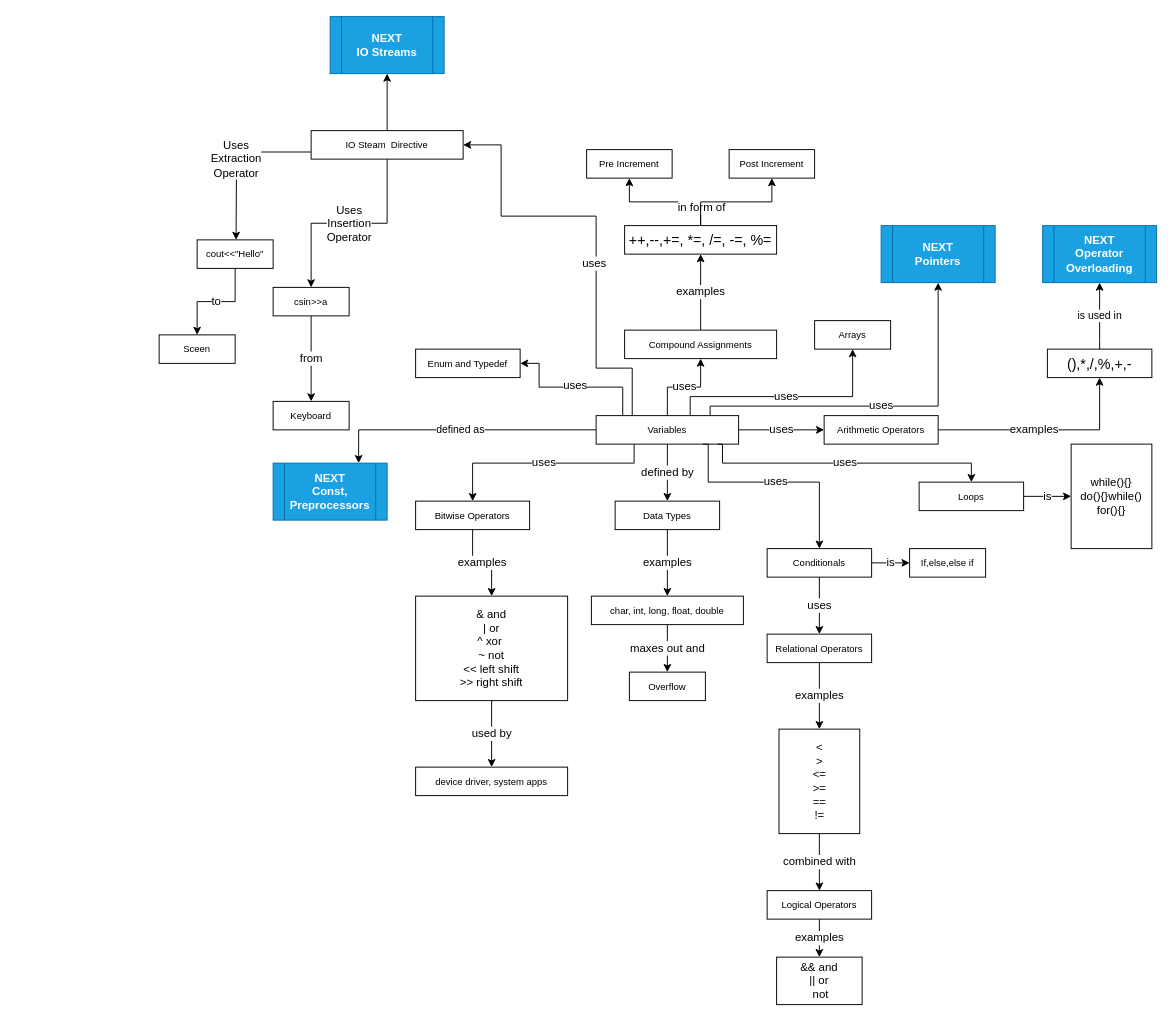
Above: page "MindMap C++ (1)" (2 of 17) of revision/Supplementary/Mindmapcpp.drawio in BSCdfdff/LearnCppProgramming (draw.io), before the change. Source tidied: cells renumbered, new cells numbered last; positions are measured from the earlier drawing's top-left corner, leaving out a move shared by most shapes. Both pictures are drawn from the tidied source at 95%, with x=0, y=0 at pixel (159, 16).
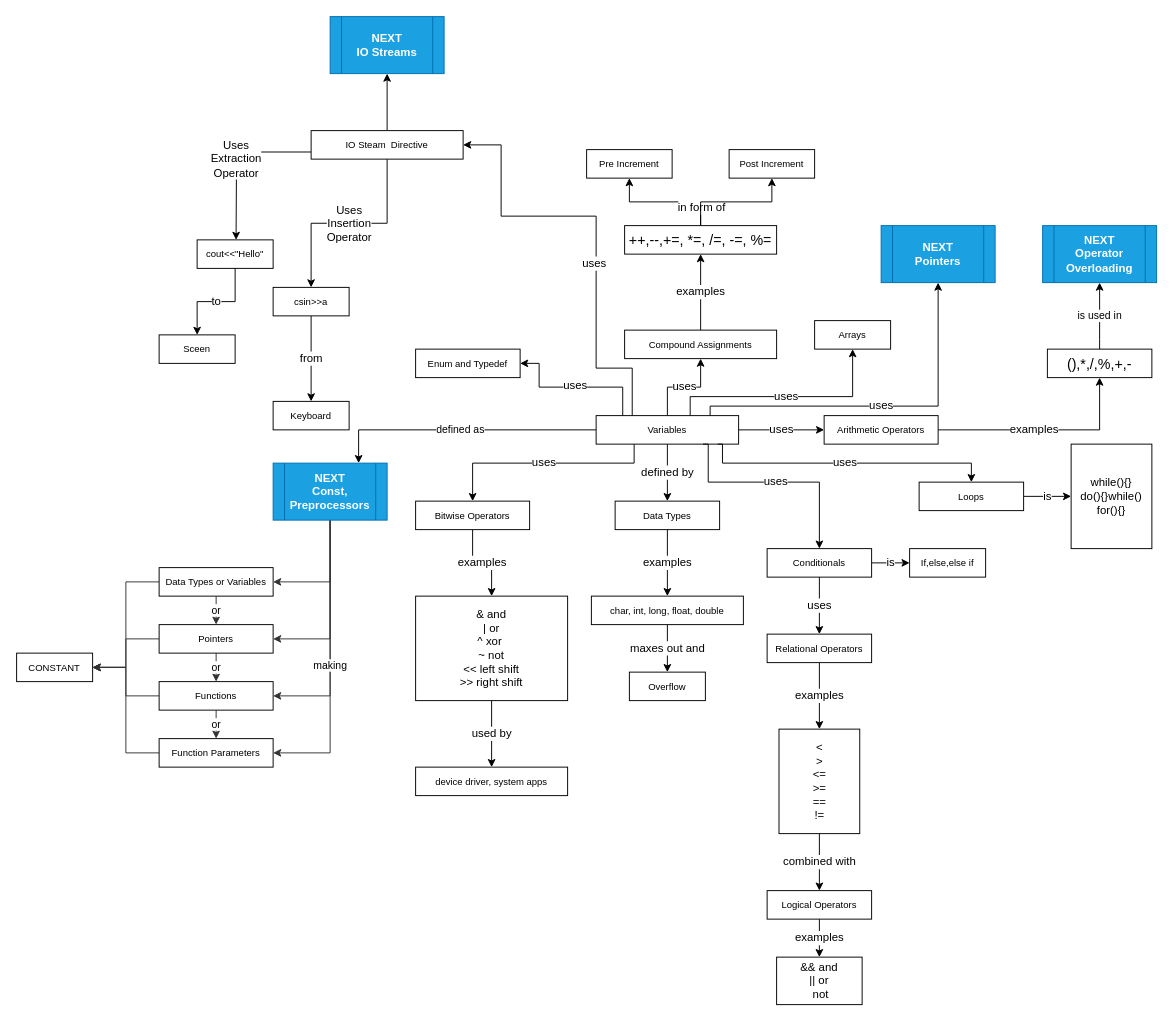
Above is the later version.

The change refers to these unchanged cells:
```xml
<mxCell id="66" value="&lt;font face=&quot;Montserrat&quot;&gt;NEXT&lt;br&gt;Const,&lt;br&gt;Preprocessors&lt;br&gt;&lt;/font&gt;" style="shape=process;whiteSpace=wrap;html=1;backgroundOutline=1;rounded=0;shadow=0;fillColor=#1ba1e2;strokeColor=#006EAF;fontColor=#ffffff;fontStyle=1;" parent="1" vertex="1">
  <mxGeometry x="120" y="470" width="120" height="60" as="geometry" />
</mxCell>
```

Change to the diagram source:
```diff
@@
+    <mxCell id="68" style="edgeStyle=orthogonalEdgeStyle;rounded=0;jettySize=auto;html=1;strokeColor=#333333;strokeWidth=1;entryX=1;entryY=0.5;entryDx=0;entryDy=0;" parent="1" edge="1" source="66" target="79">
+      <mxGeometry relative="1" as="geometry">
+        <Array as="points">
+          <mxPoint x="180" y="595" />
+        </Array>
+      </mxGeometry>
+    </mxCell>
+    <mxCell id="69" style="edgeStyle=orthogonalEdgeStyle;rounded=0;jettySize=auto;html=1;strokeColor=#333333;strokeWidth=1;entryX=1;entryY=0.5;entryDx=0;entryDy=0;" parent="1" edge="1" source="66" target="82">
+      <mxGeometry relative="1" as="geometry">
+        <Array as="points">
+          <mxPoint x="180" y="655" />
+        </Array>
+      </mxGeometry>
+    </mxCell>
+    <mxCell id="70" style="edgeStyle=orthogonalEdgeStyle;rounded=0;jettySize=auto;html=1;strokeColor=#333333;strokeWidth=1;entryX=1;entryY=0.5;entryDx=0;entryDy=0;" parent="1" edge="1" source="66" target="74">
+      <mxGeometry relative="1" as="geometry">
+        <Array as="points">
+          <mxPoint x="180" y="715" />
+        </Array>
+      </mxGeometry>
+    </mxCell>
+    <mxCell id="71" value="making" style="edgeStyle=orthogonalEdgeStyle;rounded=0;jettySize=auto;html=1;strokeColor=#333333;strokeWidth=1;entryX=1;entryY=0.5;entryDx=0;entryDy=0;" parent="1" edge="1" source="66" target="76">
+      <mxGeometry relative="1" as="geometry">
+        <Array as="points">
+          <mxPoint x="180" y="775" />
+        </Array>
+      </mxGeometry>
+    </mxCell>
@@
+    <mxCell id="72" value="or" style="edgeStyle=orthogonalEdgeStyle;rounded=0;jettySize=auto;html=1;strokeColor=#333333;strokeWidth=1;" parent="1" edge="1" source="74" target="76">
+      <mxGeometry relative="1" as="geometry" />
+    </mxCell>
+    <mxCell id="73" style="edgeStyle=orthogonalEdgeStyle;rounded=0;jettySize=auto;html=1;strokeColor=#333333;strokeWidth=1;entryX=1;entryY=0.5;entryDx=0;entryDy=0;" parent="1" edge="1" source="74" target="83">
+      <mxGeometry relative="1" as="geometry" />
+    </mxCell>
+    <mxCell id="74" value="&lt;span style=&quot;font-size: 10px&quot;&gt;Functions&lt;/span&gt;" style="rounded=0;whiteSpace=wrap;html=1;" parent="1" vertex="1">
+      <mxGeometry y="700" width="120" height="30" as="geometry" />
+    </mxCell>
+    <mxCell id="75" style="edgeStyle=orthogonalEdgeStyle;rounded=0;jettySize=auto;html=1;strokeColor=#333333;strokeWidth=1;entryX=1;entryY=0.5;entryDx=0;entryDy=0;" parent="1" edge="1" source="76" target="83">
+      <mxGeometry relative="1" as="geometry" />
+    </mxCell>
+    <mxCell id="76" value="&lt;span style=&quot;font-size: 10px&quot;&gt;Function Parameters&lt;/span&gt;" style="rounded=0;whiteSpace=wrap;html=1;" parent="1" vertex="1">
+      <mxGeometry y="760" width="120" height="30" as="geometry" />
+    </mxCell>
+    <mxCell id="77" value="or" style="edgeStyle=orthogonalEdgeStyle;rounded=0;jettySize=auto;html=1;strokeColor=#333333;strokeWidth=1;" parent="1" edge="1" source="79" target="82">
+      <mxGeometry relative="1" as="geometry" />
+    </mxCell>
+    <mxCell id="78" style="edgeStyle=orthogonalEdgeStyle;rounded=0;jettySize=auto;html=1;entryX=1;entryY=0.5;entryDx=0;entryDy=0;strokeColor=#333333;strokeWidth=1;" parent="1" edge="1" source="79" target="83">
+      <mxGeometry relative="1" as="geometry" />
+    </mxCell>
+    <mxCell id="79" value="&lt;span style=&quot;font-size: 10px&quot;&gt;Data Types or Variables&lt;/span&gt;" style="rounded=0;whiteSpace=wrap;html=1;" parent="1" vertex="1">
+      <mxGeometry y="580" width="120" height="30" as="geometry" />
+    </mxCell>
+    <mxCell id="80" value="or" style="edgeStyle=orthogonalEdgeStyle;rounded=0;jettySize=auto;html=1;strokeColor=#333333;strokeWidth=1;" parent="1" edge="1" source="82" target="74">
+      <mxGeometry relative="1" as="geometry" />
+    </mxCell>
+    <mxCell id="81" style="edgeStyle=orthogonalEdgeStyle;rounded=0;jettySize=auto;html=1;strokeColor=#333333;strokeWidth=1;entryX=1;entryY=0.5;entryDx=0;entryDy=0;" parent="1" edge="1" source="82" target="83">
+      <mxGeometry relative="1" as="geometry" />
+    </mxCell>
+    <mxCell id="82" value="&lt;span style=&quot;font-size: 10px&quot;&gt;Pointers&lt;/span&gt;" style="rounded=0;whiteSpace=wrap;html=1;" parent="1" vertex="1">
+      <mxGeometry y="640" width="120" height="30" as="geometry" />
+    </mxCell>
+    <mxCell id="83" value="&lt;span style=&quot;font-size: 10px&quot;&gt;CONSTANT&lt;/span&gt;" style="rounded=0;whiteSpace=wrap;html=1;" parent="1" vertex="1">
+      <mxGeometry x="-150" y="670" width="80" height="30" as="geometry" />
+    </mxCell>
```
